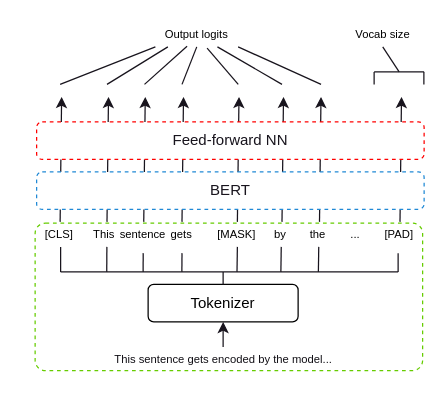
KleinJonasUVT/biasintransformers keeps this draw.io diagram as assets/drawio/colapsed_BERT.drawio. Above is the earlier version. Source tidied: cells renumbered, new cells numbered last; positions are measured from the earlier drawing's top-left corner, leaving out a move shared by most shapes. Both pictures are drawn from the tidied source at 125%, with x=0, y=0 at pixel (21, 21).
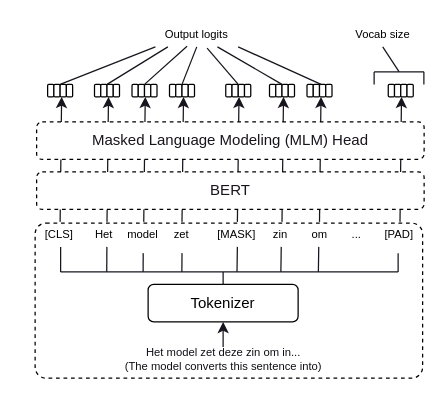
Above is the later version.

Change to the diagram source:
```diff
@@
-    <mxCell id="2" style="rounded=1;whiteSpace=wrap;html=1;fontSize=12;fillColor=#FFFFFF;strokeColor=#66CC00;dashed=1;arcSize=7;" parent="1" vertex="1">
-      <mxGeometry x="10.6" y="161" width="310" height="118" as="geometry" />
+    <mxCell id="2" style="rounded=1;whiteSpace=wrap;html=1;fontSize=12;fillColor=#FFFFFF;strokeColor=#000000;dashed=1;arcSize=7;" parent="1" vertex="1">
+      <mxGeometry x="10.6" y="161" width="310" height="124" as="geometry" />
     </mxCell>
@@
-    <mxCell id="4" value="This sentence gets encoded by the model..." style="text;html=1;strokeColor=none;fillColor=none;align=center;verticalAlign=middle;whiteSpace=wrap;rounded=0;dashed=1;strokeWidth=4;fontSize=9;fontColor=#110f15;opacity=50;" parent="1" vertex="1">
+    <mxCell id="4" value="Het model zet deze zin om in...&lt;br&gt;&lt;div style=&quot;text-align: center;&quot;&gt;&lt;span style=&quot;background-color: transparent;&quot;&gt;(The model converts this sentence into)&lt;/span&gt;&lt;/div&gt;" style="text;html=1;strokeColor=none;fillColor=none;align=center;verticalAlign=middle;whiteSpace=wrap;rounded=0;dashed=1;strokeWidth=4;fontSize=9;fontColor=#110f15;opacity=50;" parent="1" vertex="1">
       <mxGeometry x="43.5" y="260" width="235" height="20" as="geometry" />
     </mxCell>
@@
-    <mxCell id="7" value="This" style="text;html=1;strokeColor=none;fillColor=none;align=center;verticalAlign=middle;whiteSpace=wrap;rounded=0;fontSize=9;fontColor=#000;" parent="1" vertex="1">
+    <mxCell id="7" value="Het" style="text;html=1;strokeColor=none;fillColor=none;align=center;verticalAlign=middle;whiteSpace=wrap;rounded=0;fontSize=9;fontColor=#000;" parent="1" vertex="1">
       <mxGeometry x="48.7" y="155" width="33.8" height="30" as="geometry" />
     </mxCell>
@@
-    <mxCell id="10" value="sentence" style="text;html=1;strokeColor=none;fillColor=none;align=center;verticalAlign=middle;whiteSpace=wrap;rounded=0;fontSize=9;fontColor=#000;" parent="1" vertex="1">
+    <mxCell id="10" value="model" style="text;html=1;strokeColor=none;fillColor=none;align=center;verticalAlign=middle;whiteSpace=wrap;rounded=0;fontSize=9;fontColor=#000;" parent="1" vertex="1">
       <mxGeometry x="78.1" y="155" width="37.9" height="30" as="geometry" />
     </mxCell>
-    <mxCell id="11" value="gets" style="text;html=1;strokeColor=none;fillColor=none;align=center;verticalAlign=middle;whiteSpace=wrap;rounded=0;fontSize=9;fontColor=#000;" parent="1" vertex="1">
+    <mxCell id="11" value="zet" style="text;html=1;strokeColor=none;fillColor=none;align=center;verticalAlign=middle;whiteSpace=wrap;rounded=0;fontSize=9;fontColor=#000;" parent="1" vertex="1">
       <mxGeometry x="118.1" y="155" width="20" height="30" as="geometry" />
     </mxCell>
@@
-    <mxCell id="13" value="by" style="text;html=1;strokeColor=none;fillColor=none;align=center;verticalAlign=middle;whiteSpace=wrap;rounded=0;fontSize=9;fontColor=#000;" parent="1" vertex="1">
+    <mxCell id="13" value="zin" style="text;html=1;strokeColor=none;fillColor=none;align=center;verticalAlign=middle;whiteSpace=wrap;rounded=0;fontSize=9;fontColor=#000;" parent="1" vertex="1">
       <mxGeometry x="177.2" y="155" width="60" height="30" as="geometry" />
     </mxCell>
-    <mxCell id="14" value="the" style="text;html=1;strokeColor=none;fillColor=none;align=center;verticalAlign=middle;whiteSpace=wrap;rounded=0;fontSize=9;fontColor=#000;" parent="1" vertex="1">
-      <mxGeometry x="207.2" y="155" width="60" height="30" as="geometry" />
+    <mxCell id="14" value="om" style="text;html=1;strokeColor=none;fillColor=none;align=center;verticalAlign=middle;whiteSpace=wrap;rounded=0;fontSize=9;fontColor=#000;" parent="1" vertex="1">
+      <mxGeometry x="221" y="155" width="35" height="30" as="geometry" />
     </mxCell>
     <mxCell id="15" value="..." style="text;html=1;strokeColor=none;fillColor=none;align=center;verticalAlign=middle;whiteSpace=wrap;rounded=0;fontSize=9;fontColor=#000;" parent="1" vertex="1">
-      <mxGeometry x="237.2" y="160" width="60" height="20" as="geometry" />
+      <mxGeometry x="255" y="160" width="26" height="20" as="geometry" />
     </mxCell>
@@
-    <mxCell id="33" value="&lt;font color=&quot;#18141d&quot;&gt;Feed-forward NN&lt;/font&gt;" style="rounded=1;whiteSpace=wrap;html=1;fontSize=12;fillColor=#ffffff;strokeColor=#ff0000;dashed=1;" parent="1" vertex="1">
+    <mxCell id="33" value="&lt;font color=&quot;#18141d&quot;&gt;Masked Language Modeling (MLM) Head&lt;/font&gt;" style="rounded=1;whiteSpace=wrap;html=1;fontSize=12;fillColor=#ffffff;strokeColor=#000000;dashed=1;" parent="1" vertex="1">
       <mxGeometry x="11.8" y="80" width="310" height="30" as="geometry" />
     </mxCell>
-    <mxCell id="34" value="&lt;font color=&quot;#18141d&quot;&gt;BERT&lt;/font&gt;" style="rounded=1;whiteSpace=wrap;html=1;fontSize=12;fillColor=#FFFFFF;strokeColor=#2089d5;dashed=1;" parent="1" vertex="1">
+    <mxCell id="34" value="&lt;font color=&quot;#18141d&quot;&gt;BERT&lt;/font&gt;" style="rounded=1;whiteSpace=wrap;html=1;fontSize=12;fillColor=#FFFFFF;strokeColor=#000000;dashed=1;" parent="1" vertex="1">
       <mxGeometry x="11.8" y="120" width="310" height="30" as="geometry" />
     </mxCell>
-    <mxCell id="35" style="rounded=1;whiteSpace=wrap;html=1;fontSize=12;fontColor=#000;strokeColor=none;arcSize=18;" parent="1" vertex="1">
+    <mxCell id="35" style="rounded=1;whiteSpace=wrap;html=1;fontSize=12;fontColor=#000;strokeColor=default;arcSize=18;" parent="1" vertex="1">
       <mxGeometry x="20.6" y="50" width="5" height="10" as="geometry" />
     </mxCell>
-    <mxCell id="36" style="rounded=1;whiteSpace=wrap;html=1;fontSize=12;fontColor=#000;strokeColor=none;arcSize=18;" parent="1" vertex="1">
+    <mxCell id="36" style="rounded=1;whiteSpace=wrap;html=1;fontSize=12;fontColor=#000;strokeColor=default;arcSize=18;" parent="1" vertex="1">
       <mxGeometry x="25.6" y="50" width="5" height="10" as="geometry" />
     </mxCell>
-    <mxCell id="37" style="rounded=1;whiteSpace=wrap;html=1;fontSize=12;fontColor=#000;strokeColor=none;arcSize=18;" parent="1" vertex="1">
+    <mxCell id="37" style="rounded=1;whiteSpace=wrap;html=1;fontSize=12;fontColor=#000;strokeColor=default;arcSize=18;" parent="1" vertex="1">
       <mxGeometry x="30.6" y="50" width="5" height="10" as="geometry" />
     </mxCell>
-    <mxCell id="38" style="rounded=1;whiteSpace=wrap;html=1;fontSize=12;fontColor=#000;strokeColor=none;arcSize=18;" parent="1" vertex="1">
+    <mxCell id="38" style="rounded=1;whiteSpace=wrap;html=1;fontSize=12;fontColor=#000;strokeColor=default;arcSize=18;" parent="1" vertex="1">
       <mxGeometry x="35.6" y="50" width="5" height="10" as="geometry" />
     </mxCell>
-    <mxCell id="39" style="rounded=1;whiteSpace=wrap;html=1;fontSize=12;fontColor=#000;strokeColor=none;arcSize=18;" parent="1" vertex="1">
+    <mxCell id="39" style="rounded=1;whiteSpace=wrap;html=1;fontSize=12;fontColor=#000;strokeColor=default;arcSize=18;" parent="1" vertex="1">
       <mxGeometry x="58.1" y="50" width="5" height="10" as="geometry" />
     </mxCell>
-    <mxCell id="40" style="rounded=1;whiteSpace=wrap;html=1;fontSize=12;fontColor=#000;strokeColor=none;arcSize=18;" parent="1" vertex="1">
+    <mxCell id="40" style="rounded=1;whiteSpace=wrap;html=1;fontSize=12;fontColor=#000;strokeColor=default;arcSize=18;" parent="1" vertex="1">
       <mxGeometry x="63.1" y="50" width="5" height="10" as="geometry" />
     </mxCell>
-    <mxCell id="41" style="rounded=1;whiteSpace=wrap;html=1;fontSize=12;fontColor=#000;strokeColor=none;arcSize=18;" parent="1" vertex="1">
+    <mxCell id="41" style="rounded=1;whiteSpace=wrap;html=1;fontSize=12;fontColor=#000;strokeColor=default;arcSize=18;" parent="1" vertex="1">
       <mxGeometry x="68.1" y="50" width="5" height="10" as="geometry" />
     </mxCell>
-    <mxCell id="42" style="rounded=1;whiteSpace=wrap;html=1;fontSize=12;fontColor=#000;strokeColor=none;arcSize=18;" parent="1" vertex="1">
+    <mxCell id="42" style="rounded=1;whiteSpace=wrap;html=1;fontSize=12;fontColor=#000;strokeColor=default;arcSize=18;" parent="1" vertex="1">
       <mxGeometry x="73.1" y="50" width="5" height="10" as="geometry" />
     </mxCell>
-    <mxCell id="43" style="rounded=1;whiteSpace=wrap;html=1;fontSize=12;fontColor=#000;strokeColor=none;arcSize=18;" parent="1" vertex="1">
+    <mxCell id="43" style="rounded=1;whiteSpace=wrap;html=1;fontSize=12;fontColor=#000;strokeColor=default;arcSize=18;" parent="1" vertex="1">
       <mxGeometry x="88.1" y="50" width="5" height="10" as="geometry" />
     </mxCell>
-    <mxCell id="44" style="rounded=1;whiteSpace=wrap;html=1;fontSize=12;fontColor=#000;strokeColor=none;arcSize=18;" parent="1" vertex="1">
+    <mxCell id="44" style="rounded=1;whiteSpace=wrap;html=1;fontSize=12;fontColor=#000;strokeColor=default;arcSize=18;" parent="1" vertex="1">
       <mxGeometry x="93.1" y="50" width="5" height="10" as="geometry" />
     </mxCell>
-    <mxCell id="45" style="rounded=1;whiteSpace=wrap;html=1;fontSize=12;fontColor=#000;strokeColor=none;arcSize=18;" parent="1" vertex="1">
+    <mxCell id="45" style="rounded=1;whiteSpace=wrap;html=1;fontSize=12;fontColor=#000;strokeColor=default;arcSize=18;" parent="1" vertex="1">
       <mxGeometry x="98.1" y="50" width="5" height="10" as="geometry" />
     </mxCell>
-    <mxCell id="46" style="rounded=1;whiteSpace=wrap;html=1;fontSize=12;fontColor=#000;strokeColor=none;arcSize=18;" parent="1" vertex="1">
+    <mxCell id="46" style="rounded=1;whiteSpace=wrap;html=1;fontSize=12;fontColor=#000;strokeColor=default;arcSize=18;" parent="1" vertex="1">
       <mxGeometry x="103.1" y="50" width="5" height="10" as="geometry" />
     </mxCell>
-    <mxCell id="47" style="rounded=1;whiteSpace=wrap;html=1;fontSize=12;fontColor=#000;strokeColor=none;arcSize=18;" parent="1" vertex="1">
+    <mxCell id="47" style="rounded=1;whiteSpace=wrap;html=1;fontSize=12;fontColor=#000;strokeColor=default;arcSize=18;" parent="1" vertex="1">
       <mxGeometry x="118.1" y="50" width="5" height="10" as="geometry" />
     </mxCell>
-    <mxCell id="48" style="rounded=1;whiteSpace=wrap;html=1;fontSize=12;fontColor=#000;strokeColor=none;arcSize=18;" parent="1" vertex="1">
+    <mxCell id="48" style="rounded=1;whiteSpace=wrap;html=1;fontSize=12;fontColor=#000;strokeColor=default;arcSize=18;" parent="1" vertex="1">
       <mxGeometry x="123.1" y="50" width="5" height="10" as="geometry" />
     </mxCell>
-    <mxCell id="49" style="rounded=1;whiteSpace=wrap;html=1;fontSize=12;fontColor=#000;strokeColor=none;arcSize=18;" parent="1" vertex="1">
+    <mxCell id="49" style="rounded=1;whiteSpace=wrap;html=1;fontSize=12;fontColor=#000;strokeColor=default;arcSize=18;" parent="1" vertex="1">
       <mxGeometry x="128.1" y="50" width="5" height="10" as="geometry" />
     </mxCell>
-    <mxCell id="50" style="rounded=1;whiteSpace=wrap;html=1;fontSize=12;fontColor=#000;strokeColor=none;arcSize=18;" parent="1" vertex="1">
+    <mxCell id="50" style="rounded=1;whiteSpace=wrap;html=1;fontSize=12;fontColor=#000;strokeColor=default;arcSize=18;" parent="1" vertex="1">
       <mxGeometry x="133.1" y="50" width="5" height="10" as="geometry" />
     </mxCell>
-    <mxCell id="51" style="rounded=1;whiteSpace=wrap;html=1;fontSize=12;fontColor=#000;strokeColor=none;arcSize=18;" parent="1" vertex="1">
+    <mxCell id="51" style="rounded=1;whiteSpace=wrap;html=1;fontSize=12;fontColor=#000;strokeColor=default;arcSize=18;" parent="1" vertex="1">
       <mxGeometry x="163.1" y="50" width="5" height="10" as="geometry" />
     </mxCell>
-    <mxCell id="52" style="rounded=1;whiteSpace=wrap;html=1;fontSize=12;fontColor=#000;strokeColor=none;arcSize=18;" parent="1" vertex="1">
+    <mxCell id="52" style="rounded=1;whiteSpace=wrap;html=1;fontSize=12;fontColor=#000;strokeColor=default;arcSize=18;" parent="1" vertex="1">
       <mxGeometry x="168.1" y="50" width="5" height="10" as="geometry" />
     </mxCell>
-    <mxCell id="53" style="rounded=1;whiteSpace=wrap;html=1;fontSize=12;fontColor=#000;strokeColor=none;arcSize=18;" parent="1" vertex="1">
+    <mxCell id="53" style="rounded=1;whiteSpace=wrap;html=1;fontSize=12;fontColor=#000;strokeColor=default;arcSize=18;" parent="1" vertex="1">
       <mxGeometry x="173.1" y="50" width="5" height="10" as="geometry" />
     </mxCell>
-    <mxCell id="54" style="rounded=1;whiteSpace=wrap;html=1;fontSize=12;fontColor=#000;strokeColor=none;arcSize=18;" parent="1" vertex="1">
+    <mxCell id="54" style="rounded=1;whiteSpace=wrap;html=1;fontSize=12;fontColor=#000;strokeColor=default;arcSize=18;" parent="1" vertex="1">
       <mxGeometry x="178.1" y="50" width="5" height="10" as="geometry" />
     </mxCell>
-    <mxCell id="55" style="rounded=1;whiteSpace=wrap;html=1;fontSize=12;fontColor=#000;strokeColor=none;arcSize=18;" parent="1" vertex="1">
+    <mxCell id="55" style="rounded=1;whiteSpace=wrap;html=1;fontSize=12;fontColor=#000;strokeColor=default;arcSize=18;" parent="1" vertex="1">
       <mxGeometry x="198.1" y="50" width="5" height="10" as="geometry" />
     </mxCell>
-    <mxCell id="56" style="rounded=1;whiteSpace=wrap;html=1;fontSize=12;fontColor=#000;strokeColor=none;arcSize=18;" parent="1" vertex="1">
+    <mxCell id="56" style="rounded=1;whiteSpace=wrap;html=1;fontSize=12;fontColor=#000;strokeColor=default;arcSize=18;" parent="1" vertex="1">
       <mxGeometry x="203.1" y="50" width="5" height="10" as="geometry" />
     </mxCell>
-    <mxCell id="57" style="rounded=1;whiteSpace=wrap;html=1;fontSize=12;fontColor=#000;strokeColor=none;arcSize=18;" parent="1" vertex="1">
+    <mxCell id="57" style="rounded=1;whiteSpace=wrap;html=1;fontSize=12;fontColor=#000;strokeColor=default;arcSize=18;" parent="1" vertex="1">
       <mxGeometry x="208.1" y="50" width="5" height="10" as="geometry" />
     </mxCell>
-    <mxCell id="58" style="rounded=1;whiteSpace=wrap;html=1;fontSize=12;fontColor=#000;strokeColor=none;arcSize=18;" parent="1" vertex="1">
+    <mxCell id="58" style="rounded=1;whiteSpace=wrap;html=1;fontSize=12;fontColor=#000;strokeColor=default;arcSize=18;" parent="1" vertex="1">
       <mxGeometry x="213.1" y="50" width="5" height="10" as="geometry" />
     </mxCell>
-    <mxCell id="59" style="rounded=1;whiteSpace=wrap;html=1;fontSize=12;fontColor=#000;strokeColor=none;arcSize=18;" parent="1" vertex="1">
+    <mxCell id="59" style="rounded=1;whiteSpace=wrap;html=1;fontSize=12;fontColor=#000;strokeColor=default;arcSize=18;" parent="1" vertex="1">
       <mxGeometry x="228.1" y="50" width="5" height="10" as="geometry" />
     </mxCell>
-    <mxCell id="60" style="rounded=1;whiteSpace=wrap;html=1;fontSize=12;fontColor=#000;strokeColor=none;arcSize=18;" parent="1" vertex="1">
+    <mxCell id="60" style="rounded=1;whiteSpace=wrap;html=1;fontSize=12;fontColor=#000;strokeColor=default;arcSize=18;" parent="1" vertex="1">
       <mxGeometry x="233.1" y="50" width="5" height="10" as="geometry" />
     </mxCell>
-    <mxCell id="61" style="rounded=1;whiteSpace=wrap;html=1;fontSize=12;fontColor=#000;strokeColor=none;arcSize=18;" parent="1" vertex="1">
+    <mxCell id="61" style="rounded=1;whiteSpace=wrap;html=1;fontSize=12;fontColor=#000;strokeColor=default;arcSize=18;" parent="1" vertex="1">
       <mxGeometry x="238.1" y="50" width="5" height="10" as="geometry" />
     </mxCell>
-    <mxCell id="62" style="rounded=1;whiteSpace=wrap;html=1;fontSize=12;fontColor=#000;strokeColor=none;arcSize=18;" parent="1" vertex="1">
+    <mxCell id="62" style="rounded=1;whiteSpace=wrap;html=1;fontSize=12;fontColor=#000;strokeColor=default;arcSize=18;" parent="1" vertex="1">
       <mxGeometry x="243.1" y="50" width="5" height="10" as="geometry" />
     </mxCell>
-    <mxCell id="63" style="rounded=1;whiteSpace=wrap;html=1;fontSize=12;fontColor=#000;strokeColor=none;arcSize=18;" parent="1" vertex="1">
+    <mxCell id="63" style="rounded=1;whiteSpace=wrap;html=1;fontSize=12;fontColor=#000;strokeColor=default;arcSize=18;" parent="1" vertex="1">
       <mxGeometry x="293.1" y="50" width="5" height="10" as="geometry" />
     </mxCell>
-    <mxCell id="64" style="rounded=1;whiteSpace=wrap;html=1;fontSize=12;fontColor=#000;strokeColor=none;arcSize=18;" parent="1" vertex="1">
+    <mxCell id="64" style="rounded=1;whiteSpace=wrap;html=1;fontSize=12;fontColor=#000;strokeColor=default;arcSize=18;" parent="1" vertex="1">
       <mxGeometry x="298.1" y="50" width="5" height="10" as="geometry" />
     </mxCell>
-    <mxCell id="65" style="rounded=1;whiteSpace=wrap;html=1;fontSize=12;fontColor=#000;strokeColor=none;arcSize=18;" parent="1" vertex="1">
+    <mxCell id="65" style="rounded=1;whiteSpace=wrap;html=1;fontSize=12;fontColor=#000;strokeColor=default;arcSize=18;" parent="1" vertex="1">
       <mxGeometry x="303.1" y="50" width="5" height="10" as="geometry" />
     </mxCell>
-    <mxCell id="66" style="rounded=1;whiteSpace=wrap;html=1;fontSize=12;fontColor=#000;strokeColor=none;arcSize=18;" parent="1" vertex="1">
+    <mxCell id="66" style="rounded=1;whiteSpace=wrap;html=1;fontSize=12;fontColor=#000;strokeColor=default;arcSize=18;" parent="1" vertex="1">
       <mxGeometry x="308.1" y="50" width="5" height="10" as="geometry" />
     </mxCell>
```
